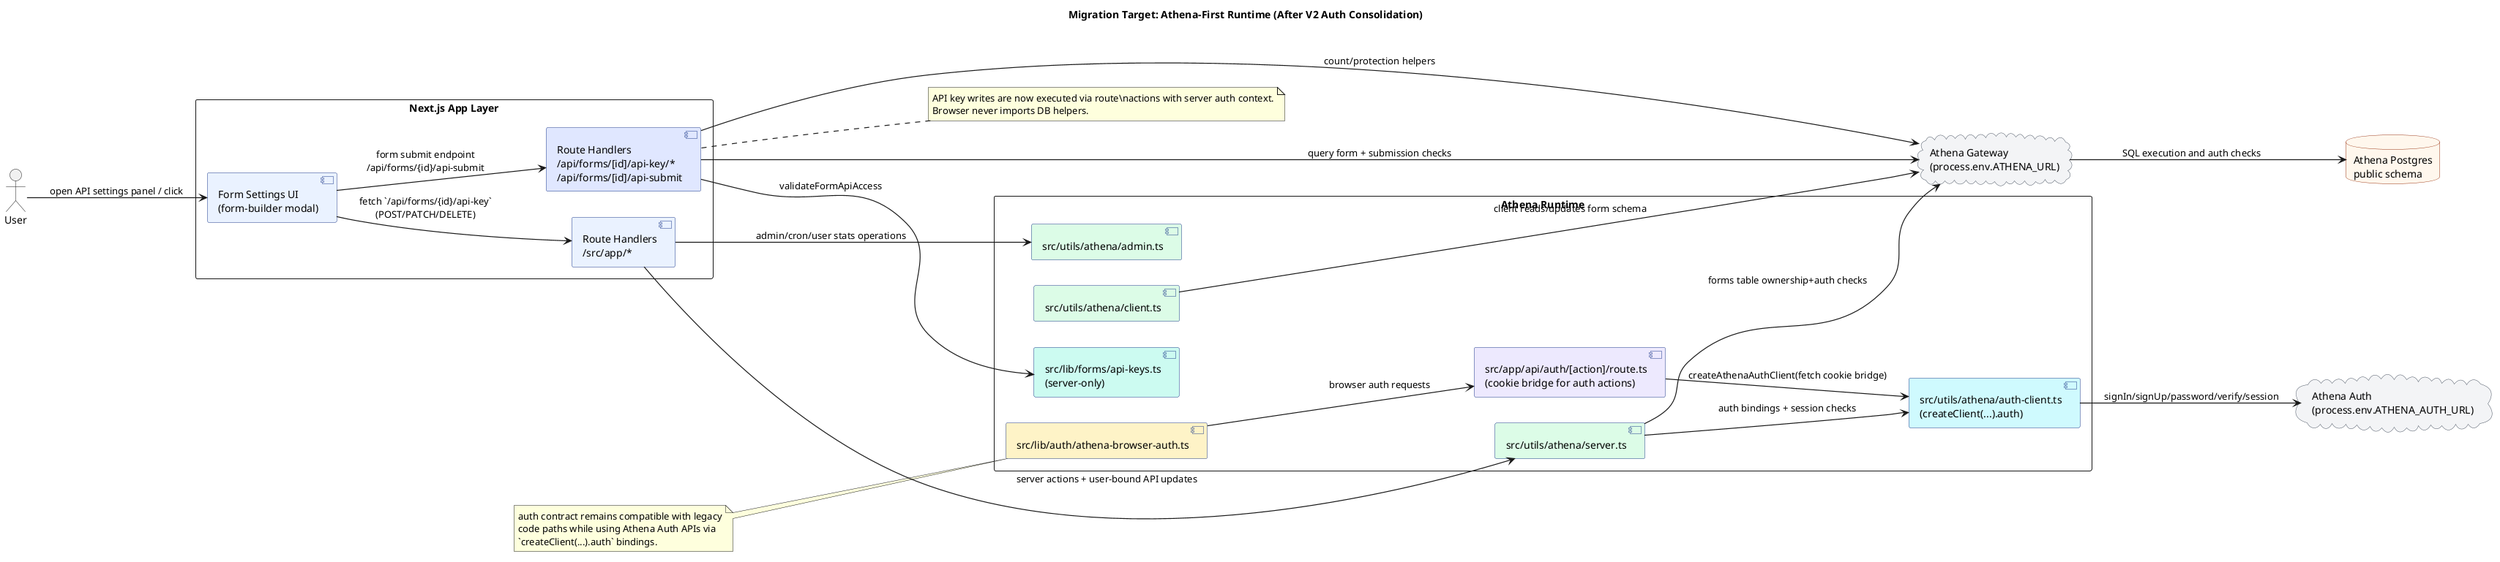
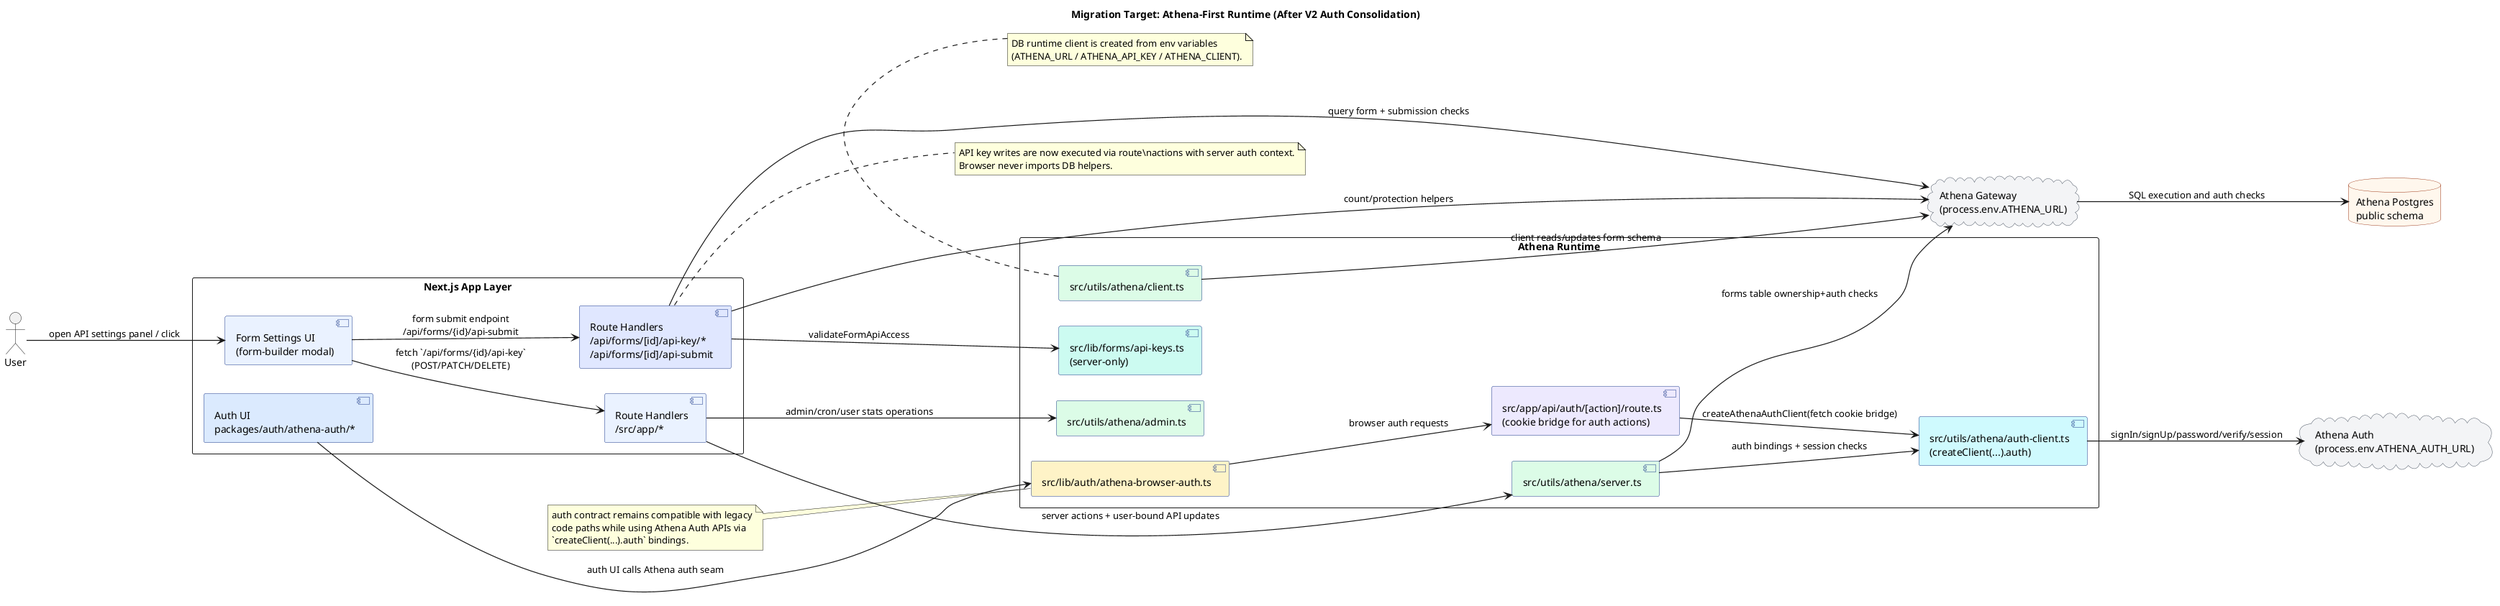
@startuml
skinparam backgroundColor White
skinparam defaultTextColor Black
skinparam titleFontStyle bold
skinparam arrowThickness 1.2

title Migration Target: Athena-First Runtime (After V2 Auth Consolidation)

skinparam component {
  BackgroundColor #EAF2FF
  BorderColor #1E3A8A
  FontColor Black
}
skinparam cloud {
  BackgroundColor #F3F4F6
  BorderColor #4B5563
  FontColor Black
}
skinparam database {
  BackgroundColor #FFF7ED
  BorderColor #9A3412
  FontColor Black
}

left to right direction

actor User as U

rectangle "Next.js App Layer" as Next {
  component "Route Handlers\n/api/forms/[id]/api-key/*\n/api/forms/[id]/api-submit" as ApiRoutes #E0E7FF
  component "Route Handlers\n/src/app/*" as AppRoutes
  component "Form Settings UI\n(form-builder modal)" as Client
+   component "Auth UI\npackages/auth/athena-auth/*" as AuthUi #DBEAFE
}

rectangle "Athena Runtime" as AthLayer {
  component "src/utils/athena/server.ts" as AthServer #DCFCE7
  component "src/utils/athena/admin.ts" as AthAdmin #DCFCE7
  component "src/utils/athena/client.ts" as AthClient #DCFCE7
  component "src/utils/athena/auth-client.ts\n(createClient(...).auth)" as AthAuthFactory #CFFAFE
  component "src/lib/forms/api-keys.ts\n(server-only)" as ApiKeys #CCFBF1
  component "src/lib/auth/athena-browser-auth.ts" as AuthCompat #FEF3C7
  component "src/app/api/auth/[action]/route.ts\n(cookie bridge for auth actions)" as AuthRoute #EDE9FE
}

cloud "Athena Gateway\n(process.env.ATHENA_URL)" as Gateway
cloud "Athena Auth\n(process.env.ATHENA_AUTH_URL)" as AthenaAuth

database "Athena Postgres\npublic schema" as DB

U --> Client : open API settings panel / click
Client --> AppRoutes : fetch `/api/forms/{id}/api-key`\n(POST/PATCH/DELETE)
Client --> ApiRoutes : form submit endpoint\n/api/forms/{id}/api-submit
ApiRoutes --> ApiKeys : validateFormApiAccess
ApiRoutes --> Gateway : query form + submission checks
ApiRoutes --> Gateway : count/protection helpers

AppRoutes --> AthServer : server actions + user-bound API updates
AppRoutes --> AthAdmin : admin/cron/user stats operations
AthServer --> Gateway : forms table ownership+auth checks
AthServer --> AthAuthFactory : auth bindings + session checks
AuthRoute --> AthAuthFactory : createAthenaAuthClient(fetch cookie bridge)
AthAuthFactory --> AthenaAuth : signIn/signUp/password/verify/session
+ AuthUi --> AuthCompat : auth UI calls Athena auth seam
AuthCompat --> AuthRoute : browser auth requests
AthClient --> Gateway : client reads/updates form schema
Gateway --> DB : SQL execution and auth checks

note right of ApiRoutes
  API key writes are now executed via route\nactions with server auth context.
  Browser never imports DB helpers.
end note

+ note bottom of AthClient
+   DB runtime client is created from env variables
+   (ATHENA_URL / ATHENA_API_KEY / ATHENA_CLIENT).
+ end note
+ 
note left of AuthCompat
  auth contract remains compatible with legacy
  code paths while using Athena Auth APIs via
  `createClient(...).auth` bindings.
end note
@enduml
